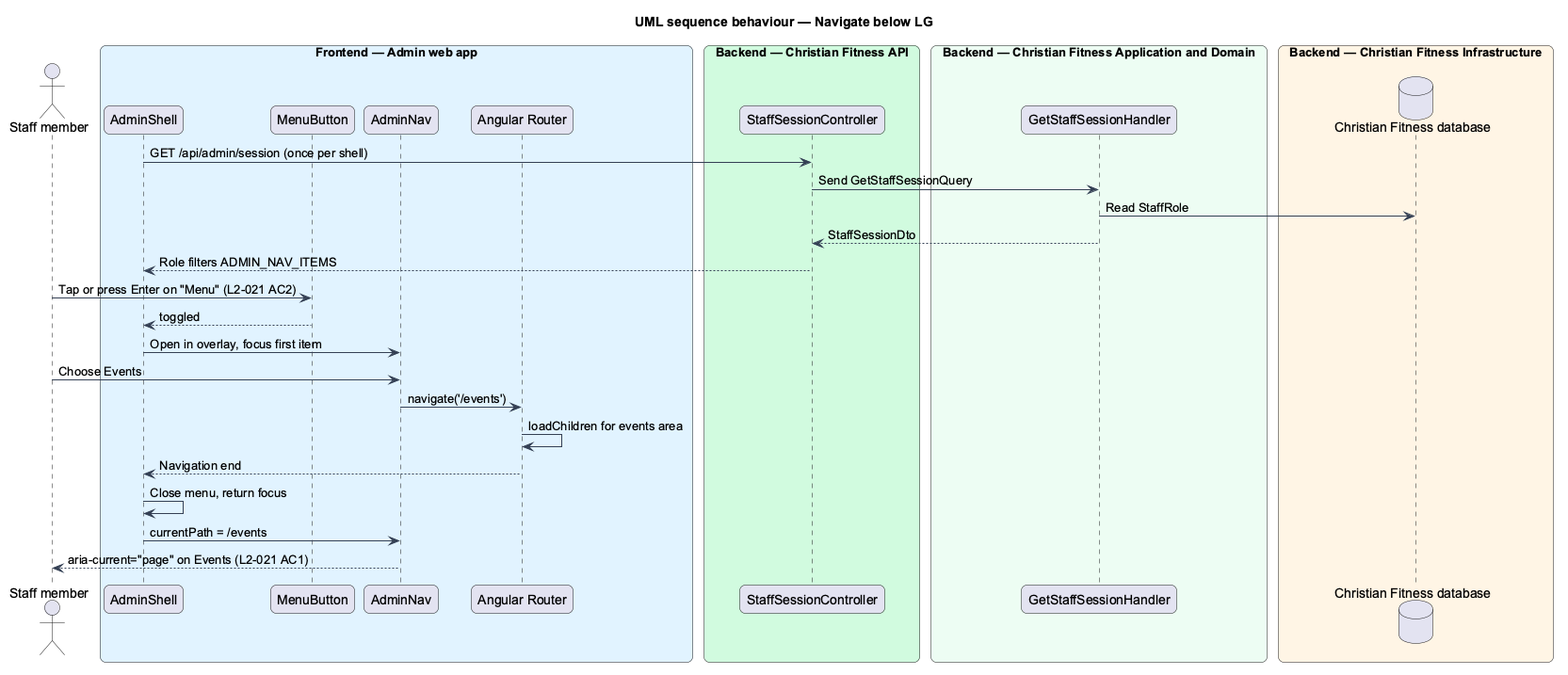
QuinntyneBrown/christian-fitness keeps this PlantUML diagram as docs/detailed-designs/admin-access/navigate-admin-app/diagrams/sequence-navigate.png. Above is the earlier version. The source it was exported from:
```plantuml
@startuml
title UML sequence behaviour — Navigate below LG
skinparam backgroundColor #FFFFFF
skinparam shadowing false
skinparam roundcorner 12
skinparam defaultFontName Arial
skinparam ArrowColor #344054
skinparam rectangle {
  BorderColor #344054
  FontColor #101828
}
skinparam package {
  BorderColor #667085
  FontColor #101828
  BackgroundColor #F9FAFB
}
actor "Staff member" as actor
box "Frontend — Admin web app" #E0F2FE
  participant "AdminShell" as shell
  participant "MenuButton" as menu
  participant "AdminNav" as nav
  participant "Angular Router" as router
end box
box "Backend — Christian Fitness API" #D1FADF
  participant "StaffSessionController" as ctrl
end box
box "Backend — Christian Fitness Application and Domain" #ECFDF3
  participant "GetStaffSessionHandler" as handler
end box
box "Backend — Christian Fitness Infrastructure" #FFF4E5
  database "Christian Fitness database" as db
end box
shell -> ctrl : GET /api/admin/session (once per shell)
ctrl -> handler : Send GetStaffSessionQuery
handler -> db : Read StaffRole
handler --> ctrl : StaffSessionDto
ctrl --> shell : Role filters ADMIN_NAV_ITEMS
actor -> menu : Tap or press Enter on "Menu" (L2-021 AC2)
menu --> shell : toggled
shell -> nav : Open in overlay, focus first item
actor -> nav : Choose Events
nav -> router : navigate('/events')
router -> router : loadChildren for events area
router --> shell : Navigation end
shell -> shell : Close menu, return focus
shell -> nav : currentPath = /events
nav --> actor : aria-current="page" on Events (L2-021 AC1)
@enduml
```
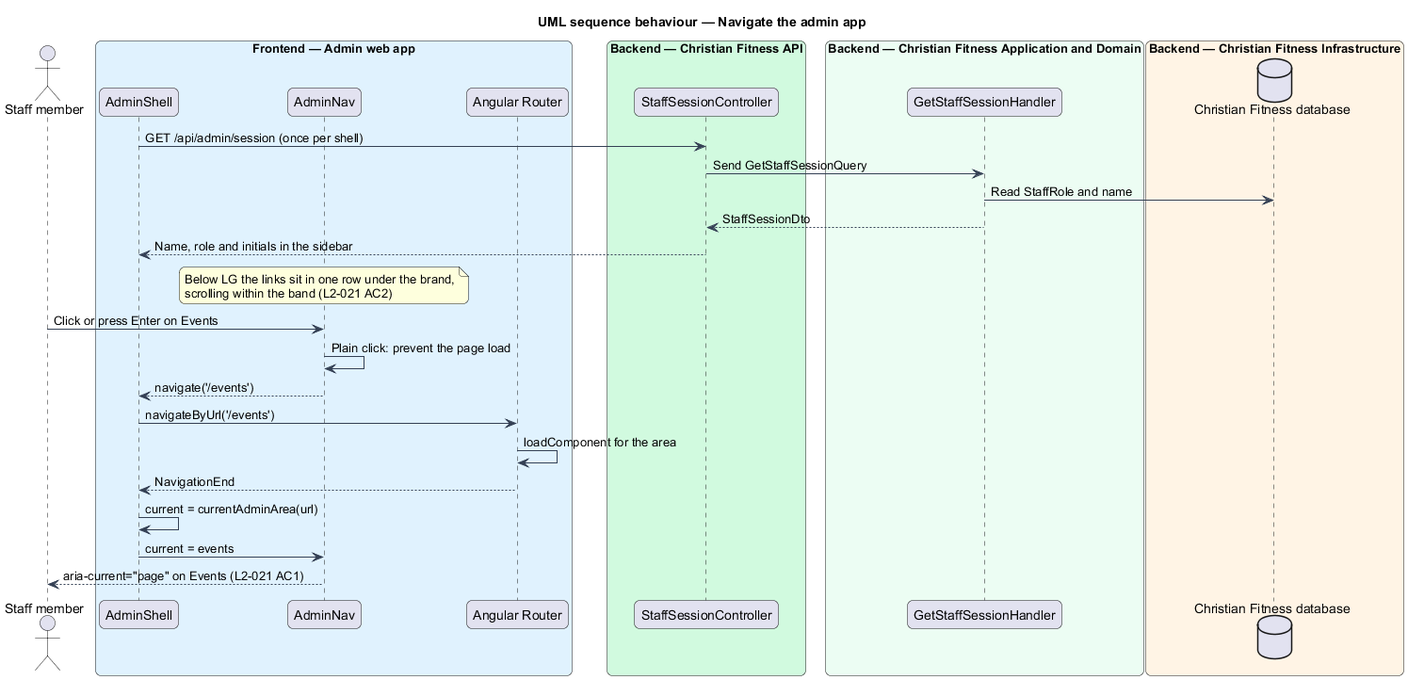
Later version of the same file.

What changed in the source:
```diff
@@ -1,5 +1,5 @@
 @startuml
-title UML sequence behaviour — Navigate below LG
+title UML sequence behaviour — Navigate the admin app
 skinparam backgroundColor #FFFFFF
 skinparam shadowing false
 skinparam roundcorner 12
@@ -17,7 +17,6 @@
 actor "Staff member" as actor
 box "Frontend — Admin web app" #E0F2FE
   participant "AdminShell" as shell
-  participant "MenuButton" as menu
   participant "AdminNav" as nav
   participant "Angular Router" as router
 end box
@@ -32,17 +31,17 @@
 end box
 shell -> ctrl : GET /api/admin/session (once per shell)
 ctrl -> handler : Send GetStaffSessionQuery
-handler -> db : Read StaffRole
+handler -> db : Read StaffRole and name
 handler --> ctrl : StaffSessionDto
-ctrl --> shell : Role filters ADMIN_NAV_ITEMS
-actor -> menu : Tap or press Enter on "Menu" (L2-021 AC2)
-menu --> shell : toggled
-shell -> nav : Open in overlay, focus first item
-actor -> nav : Choose Events
-nav -> router : navigate('/events')
-router -> router : loadChildren for events area
-router --> shell : Navigation end
-shell -> shell : Close menu, return focus
-shell -> nav : currentPath = /events
+ctrl --> shell : Name, role and initials in the sidebar
+note over nav : Below LG the links sit in one row under the brand,\nscrolling within the band (L2-021 AC2)
+actor -> nav : Click or press Enter on Events
+nav -> nav : Plain click: prevent the page load
+nav --> shell : navigate('/events')
+shell -> router : navigateByUrl('/events')
+router -> router : loadComponent for the area
+router --> shell : NavigationEnd
+shell -> shell : current = currentAdminArea(url)
+shell -> nav : current = events
 nav --> actor : aria-current="page" on Events (L2-021 AC1)
 @enduml
```
